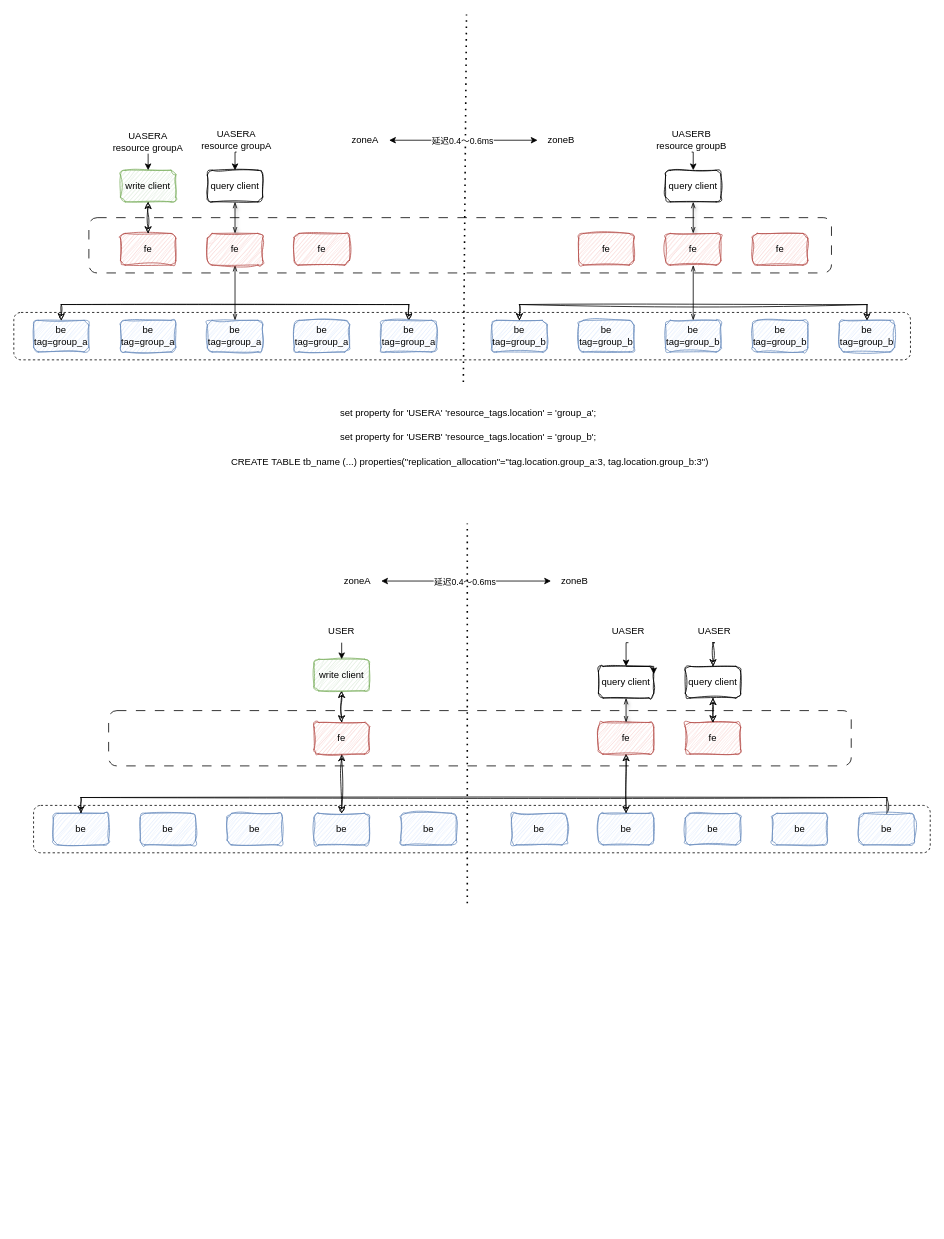
Before: 1.drawio in casesdev/draw.io, a draw.io diagram. Source tidied: cells renumbered, new cells numbered last; positions are measured from the earlier drawing's top-left corner, leaving out a move shared by most shapes. Both pictures are drawn from the tidied source at 79%, with x=0, y=0 at pixel (13, 14).
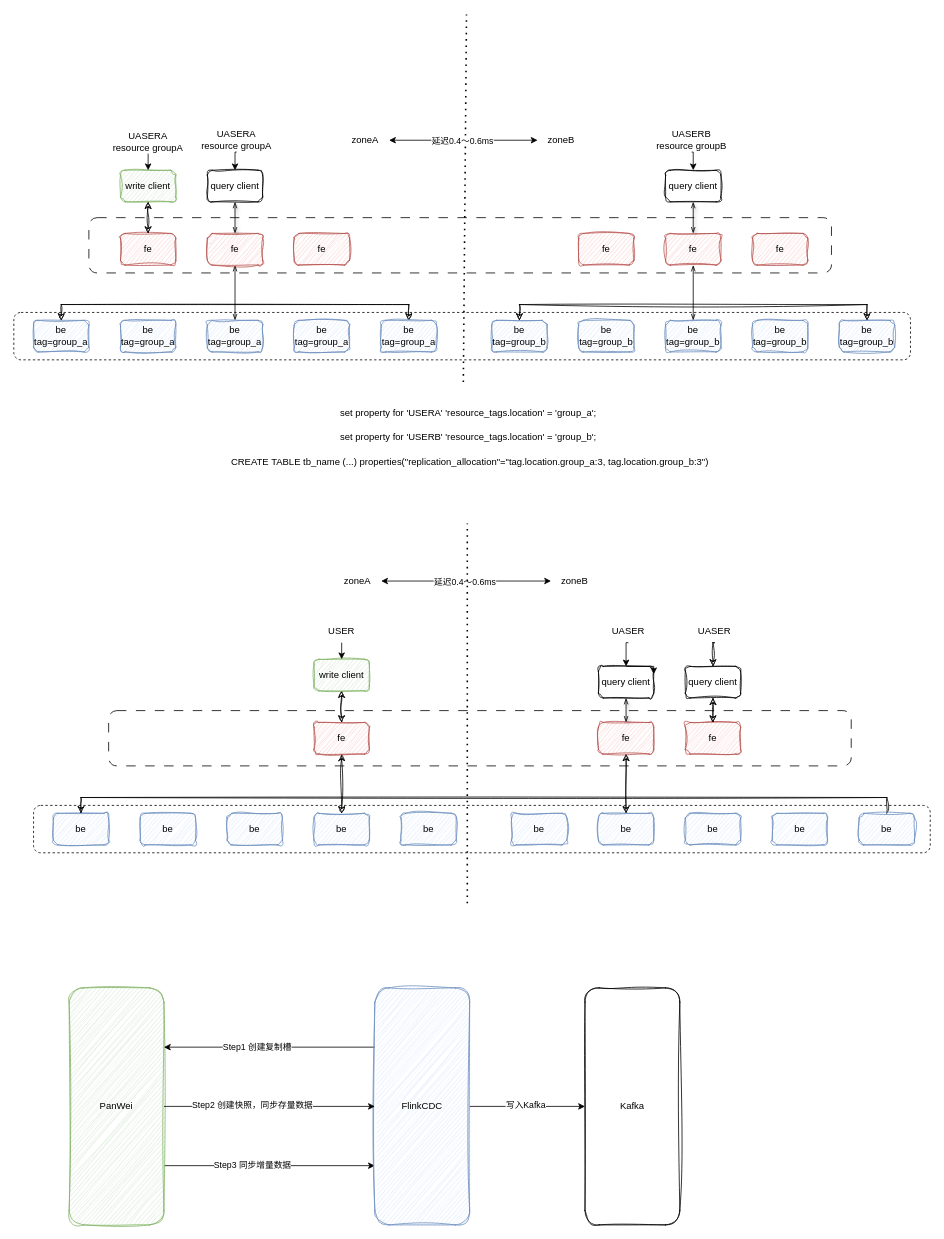
The same page after the edit.

Change to the diagram source:
```diff
@@
+    <mxCell id="80" style="edgeStyle=orthogonalEdgeStyle;rounded=0;jettySize=auto;html=1;exitX=1;exitY=0.75;exitDx=0;exitDy=0;entryX=0;entryY=0.75;entryDx=0;entryDy=0;" parent="1" edge="1" source="82" target="87">
+      <mxGeometry relative="1" as="geometry" />
+    </mxCell>
+    <mxCell id="81" value="Step3 同步增量数据" style="edgeLabel;html=1;align=center;verticalAlign=middle;" parent="80" vertex="1">
+      <mxGeometry x="-0.17" y="2" relative="1" as="geometry" />
+    </mxCell>
+    <mxCell id="82" value="PanWei" style="rounded=1;whiteSpace=wrap;html=1;sketch=1;curveFitting=1;jiggle=2;fillColor=#d5e8d4;strokeColor=#82b366;" parent="1" vertex="1">
+      <mxGeometry x="70" y="1232" width="120" height="300" as="geometry" />
+    </mxCell>
+    <mxCell id="83" style="edgeStyle=orthogonalEdgeStyle;rounded=0;jettySize=auto;html=1;exitX=0;exitY=0.25;exitDx=0;exitDy=0;entryX=1;entryY=0.25;entryDx=0;entryDy=0;" parent="1" edge="1" source="87" target="82">
+      <mxGeometry relative="1" as="geometry" />
+    </mxCell>
+    <mxCell id="84" value="Step1 创建复制槽" style="edgeLabel;html=1;align=center;verticalAlign=middle;" parent="83" vertex="1">
+      <mxGeometry x="0.12" y="-1" relative="1" as="geometry" />
+    </mxCell>
+    <mxCell id="85" style="edgeStyle=orthogonalEdgeStyle;rounded=0;jettySize=auto;html=1;exitX=1;exitY=0.5;exitDx=0;exitDy=0;" parent="1" edge="1" source="87" target="88">
+      <mxGeometry relative="1" as="geometry" />
+    </mxCell>
+    <mxCell id="86" value="写入Kafka" style="edgeLabel;html=1;align=center;verticalAlign=middle;" parent="85" vertex="1">
+      <mxGeometry x="-0.04" y="2" relative="1" as="geometry" />
+    </mxCell>
+    <mxCell id="87" value="FlinkCDC" style="rounded=1;whiteSpace=wrap;html=1;sketch=1;curveFitting=1;jiggle=2;fillColor=#dae8fc;strokeColor=#6c8ebf;" parent="1" vertex="1">
+      <mxGeometry x="457" y="1232" width="120" height="300" as="geometry" />
+    </mxCell>
+    <mxCell id="88" value="Kafka" style="rounded=1;whiteSpace=wrap;html=1;sketch=1;curveFitting=1;jiggle=2;" parent="1" vertex="1">
+      <mxGeometry x="723" y="1232" width="120" height="300" as="geometry" />
+    </mxCell>
+    <mxCell id="89" style="edgeStyle=orthogonalEdgeStyle;rounded=0;jettySize=auto;html=1;exitX=1;exitY=0.5;exitDx=0;exitDy=0;entryX=0;entryY=0.5;entryDx=0;entryDy=0;" parent="1" edge="1" source="82" target="87">
+      <mxGeometry relative="1" as="geometry" />
+    </mxCell>
+    <mxCell id="90" value="Step2 创建快照，同步存量数据" style="edgeLabel;html=1;align=center;verticalAlign=middle;" parent="89" vertex="1">
+      <mxGeometry x="-0.17" y="3" relative="1" as="geometry" />
+    </mxCell>
```
